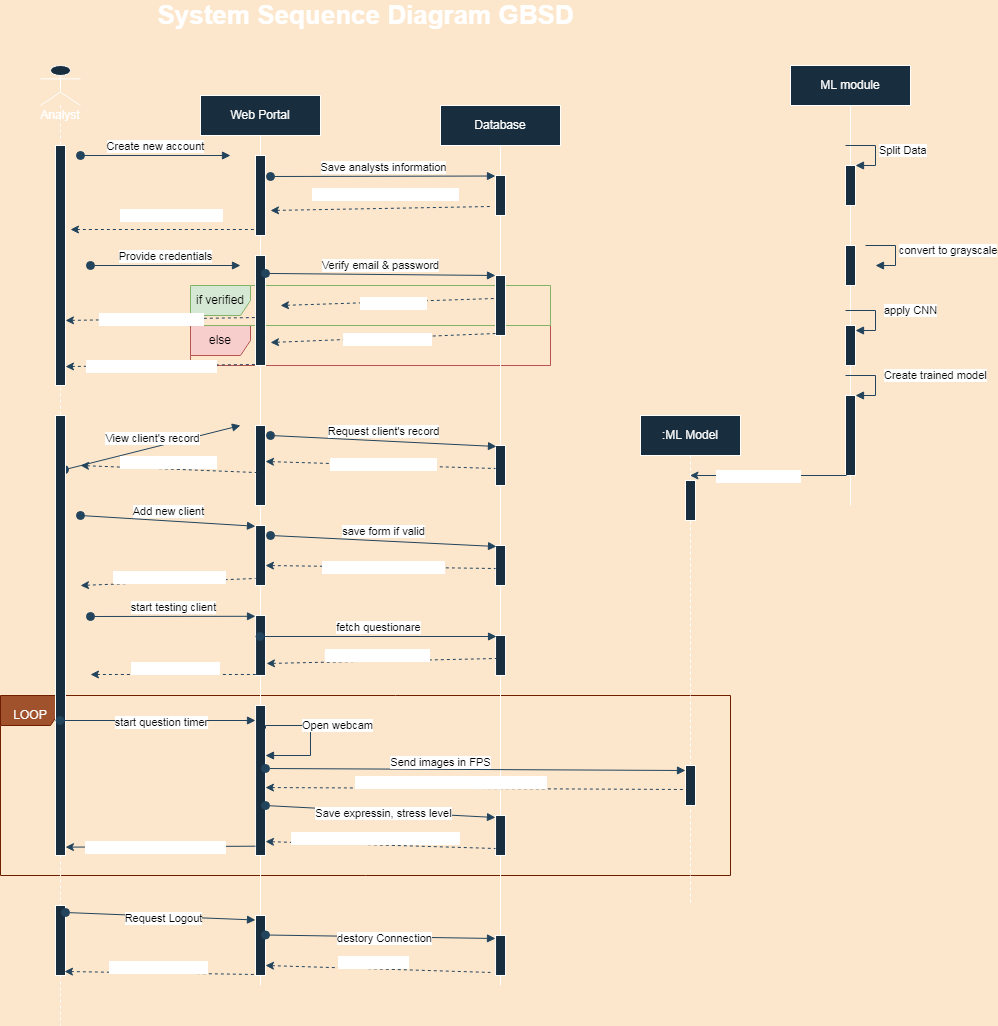
Above: system_sequence_GBSD.drawio.png in mabdulrafea101/sohaib_fyp_docs (draw.io), before the change. Source tidied: cells renumbered, new cells last; positions are measured from the earlier drawing's top-left corner, leaving out a move shared by most shapes.
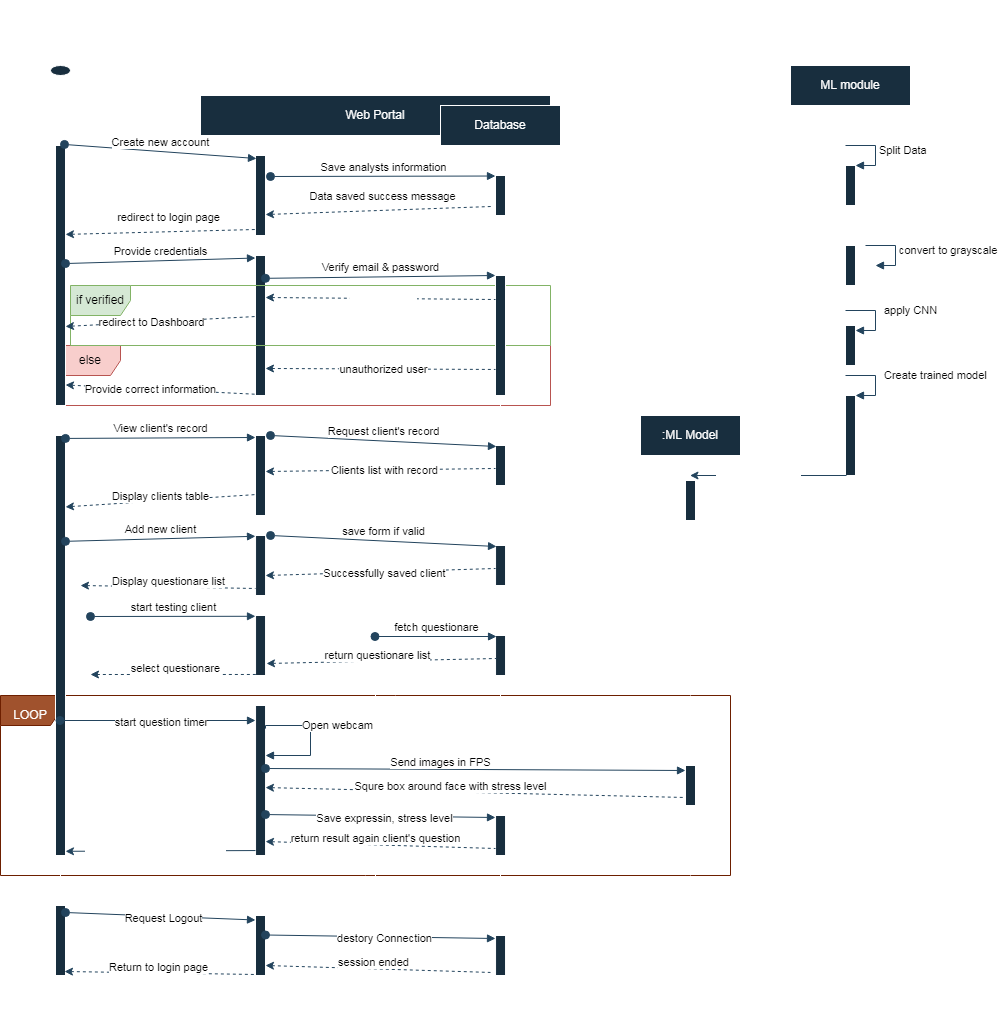
After the change.

Change to the diagram source:
```diff
@@ -7,10 +7,4 @@
     </mxCell>
-    <mxCell id="3" value="else" style="shape=umlFrame;whiteSpace=wrap;html=1;rounded=0;sketch=0;strokeColor=#b85450;fillColor=#f8cecc;" parent="1" vertex="1">
-      <mxGeometry x="190" y="320" width="360" height="40" as="geometry" />
-    </mxCell>
-    <mxCell id="4" value="if verified" style="shape=umlFrame;whiteSpace=wrap;html=1;rounded=0;sketch=0;strokeColor=#82b366;fillColor=#d5e8d4;" parent="1" vertex="1">
-      <mxGeometry x="190" y="280" width="360" height="40" as="geometry" />
-    </mxCell>
     <mxCell id="5" value="Web Portal" style="shape=umlLifeline;perimeter=lifelinePerimeter;whiteSpace=wrap;html=1;outlineConnect=0;lifelineDashed=0;fillColor=#182E3E;strokeColor=#FFFFFF;fontColor=#FFFFFF;" parent="1" vertex="1">
-      <mxGeometry x="200" y="90" width="120" height="890" as="geometry" />
+      <mxGeometry x="200" y="90" width="350" height="890" as="geometry" />
     </mxCell>
@@ -20,14 +14,9 @@
     <mxCell id="7" style="html=1;points=[];perimeter=orthogonalPerimeter;rounded=0;sketch=0;fontColor=#FFFFFF;strokeColor=#FFFFFF;fillColor=#182E3E;" parent="5" vertex="1">
-      <mxGeometry x="55" y="160" width="10" height="110" as="geometry" />
+      <mxGeometry x="55" y="160" width="10" height="140" as="geometry" />
     </mxCell>
     <mxCell id="8" style="html=1;points=[];perimeter=orthogonalPerimeter;rounded=0;sketch=0;fontColor=#FFFFFF;strokeColor=#FFFFFF;fillColor=#182E3E;" parent="5" vertex="1">
-      <mxGeometry x="55" y="330" width="10" height="80" as="geometry" />
+      <mxGeometry x="55" y="340" width="10" height="80" as="geometry" />
     </mxCell>
-    <mxCell id="9" value="View client's record" style="html=1;verticalAlign=bottom;startArrow=oval;startFill=1;endArrow=block;startSize=8;rounded=1;sketch=0;strokeColor=#23445D;curved=0;exitX=0.6;exitY=0.421;exitDx=0;exitDy=0;exitPerimeter=0;" parent="5" edge="1" source="15">
-      <mxGeometry relative="1" as="geometry">
-        <mxPoint x="40" y="330" as="targetPoint" />
-      </mxGeometry>
-    </mxCell>
     <mxCell id="10" style="html=1;points=[];perimeter=orthogonalPerimeter;rounded=0;sketch=0;fontColor=#FFFFFF;strokeColor=#FFFFFF;fillColor=#182E3E;" parent="5" vertex="1">
-      <mxGeometry x="55" y="430" width="10" height="60" as="geometry" />
+      <mxGeometry x="55" y="440" width="10" height="60" as="geometry" />
     </mxCell>
@@ -52,2 +41,8 @@
     </mxCell>
+    <mxCell id="3" value="else" style="shape=umlFrame;whiteSpace=wrap;html=1;rounded=0;sketch=0;strokeColor=#b85450;fillColor=#f8cecc;" parent="5" vertex="1">
+      <mxGeometry x="-140" y="250" width="490" height="60" as="geometry" />
+    </mxCell>
+    <mxCell id="4" value="if verified" style="shape=umlFrame;whiteSpace=wrap;html=1;rounded=0;sketch=0;strokeColor=#82b366;fillColor=#d5e8d4;" parent="5" vertex="1">
+      <mxGeometry x="-130" y="190" width="480" height="60" as="geometry" />
+    </mxCell>
     <mxCell id="15" value="Analyst" style="shape=umlLifeline;participant=umlActor;perimeter=lifelinePerimeter;whiteSpace=wrap;html=1;verticalAlign=top;spacingTop=36;outlineConnect=0;rounded=0;sketch=0;fontColor=#FFFFFF;strokeColor=#FFFFFF;fillColor=#182E3E;" parent="1" vertex="1">
@@ -56,6 +51,6 @@
     <mxCell id="16" style="html=1;points=[];perimeter=orthogonalPerimeter;rounded=0;sketch=0;fontColor=#FFFFFF;strokeColor=#FFFFFF;fillColor=#182E3E;" parent="15" vertex="1">
-      <mxGeometry x="15" y="80" width="10" height="240" as="geometry" />
+      <mxGeometry x="15" y="80" width="10" height="260" as="geometry" />
     </mxCell>
     <mxCell id="17" style="html=1;points=[];perimeter=orthogonalPerimeter;rounded=0;sketch=0;fontColor=#FFFFFF;strokeColor=#FFFFFF;fillColor=#182E3E;" parent="15" vertex="1">
-      <mxGeometry x="15" y="350" width="10" height="440" as="geometry" />
+      <mxGeometry x="15" y="370" width="10" height="420" as="geometry" />
     </mxCell>
@@ -105,14 +100,4 @@
     <mxCell id="28" style="html=1;points=[];perimeter=orthogonalPerimeter;rounded=0;sketch=0;fontColor=#FFFFFF;strokeColor=#FFFFFF;fillColor=#182E3E;" parent="26" vertex="1">
-      <mxGeometry x="55" y="170" width="10" height="60" as="geometry" />
+      <mxGeometry x="55" y="170" width="10" height="120" as="geometry" />
     </mxCell>
-    <mxCell id="29" style="endArrow=none;dashed=1;html=1;rounded=1;sketch=0;strokeColor=#23445D;curved=0;startArrow=classic;startFill=1;entryX=0;entryY=0.383;entryDx=0;entryDy=0;entryPerimeter=0;" parent="26" edge="1" target="28">
-      <mxGeometry relative="1" as="geometry">
-        <mxPoint x="-160" y="200" as="sourcePoint" />
-      </mxGeometry>
-    </mxCell>
-    <mxCell id="30" value="authenticated" style="edgeLabel;html=1;align=center;verticalAlign=middle;fontColor=#FFFFFF;" parent="29" vertex="1">
-      <mxGeometry x="-0.2" y="-4" relative="1" as="geometry">
-        <mxPoint x="26" y="-4" as="offset" />
-      </mxGeometry>
-    </mxCell>
     <mxCell id="31" style="html=1;points=[];perimeter=orthogonalPerimeter;rounded=0;sketch=0;fontColor=#FFFFFF;strokeColor=#FFFFFF;fillColor=#182E3E;" parent="26" vertex="1">
@@ -137,3 +122,3 @@
     </mxCell>
-    <mxCell id="37" value="session ended" style="edgeLabel;html=1;align=center;verticalAlign=middle;fontColor=#FFFFFF;" parent="36" vertex="1">
+    <mxCell id="37" value="session ended" style="edgeLabel;html=1;align=center;verticalAlign=middle;fontColor=#000000;" parent="36" vertex="1">
       <mxGeometry x="-0.2" y="-4" relative="1" as="geometry">
@@ -142,7 +127,4 @@
     </mxCell>
-    <mxCell id="38" value="Create new account" style="html=1;verticalAlign=bottom;startArrow=oval;startFill=1;endArrow=block;startSize=8;rounded=1;sketch=0;strokeColor=#23445D;curved=0;" parent="1" edge="1">
-      <mxGeometry relative="1" as="geometry">
-        <mxPoint x="80" y="150" as="sourcePoint" />
-        <mxPoint x="230" y="150" as="targetPoint" />
-      </mxGeometry>
+    <mxCell id="38" value="Create new account" style="html=1;verticalAlign=bottom;startArrow=oval;startFill=1;endArrow=block;startSize=8;rounded=1;sketch=0;strokeColor=#23445D;curved=0;exitX=0.9;exitY=-0.004;exitDx=0;exitDy=0;exitPerimeter=0;entryX=0.1;entryY=0.038;entryDx=0;entryDy=0;entryPerimeter=0;" parent="1" edge="1" source="16" target="6">
+      <mxGeometry relative="1" as="geometry" />
     </mxCell>
@@ -153,8 +135,6 @@
     </mxCell>
-    <mxCell id="40" style="endArrow=none;dashed=1;html=1;rounded=1;sketch=0;strokeColor=#23445D;curved=0;startArrow=classic;startFill=1;entryX=-0.4;entryY=0.775;entryDx=0;entryDy=0;entryPerimeter=0;" parent="1" edge="1" target="27">
-      <mxGeometry relative="1" as="geometry">
-        <mxPoint x="270" y="205" as="sourcePoint" />
-      </mxGeometry>
+    <mxCell id="40" style="endArrow=none;dashed=1;html=1;rounded=1;sketch=0;strokeColor=#23445D;curved=0;startArrow=classic;startFill=1;entryX=-0.4;entryY=0.775;entryDx=0;entryDy=0;entryPerimeter=0;exitX=1;exitY=0.738;exitDx=0;exitDy=0;exitPerimeter=0;" parent="1" edge="1" source="6" target="27">
+      <mxGeometry relative="1" as="geometry" />
     </mxCell>
-    <mxCell id="41" value="Data saved success message" style="edgeLabel;html=1;align=center;verticalAlign=middle;fontColor=#FFFFFF;" parent="40" vertex="1">
+    <mxCell id="41" value="Data saved success message" style="edgeLabel;html=1;align=center;verticalAlign=middle;fontColor=#000000;" parent="40" vertex="1">
       <mxGeometry x="-0.2" y="-4" relative="1" as="geometry">
@@ -163,8 +143,6 @@
     </mxCell>
-    <mxCell id="42" style="endArrow=none;dashed=1;html=1;rounded=1;sketch=0;strokeColor=#23445D;curved=0;startArrow=classic;startFill=1;entryX=0;entryY=0.925;entryDx=0;entryDy=0;entryPerimeter=0;" parent="1" edge="1" target="6">
-      <mxGeometry relative="1" as="geometry">
-        <mxPoint x="70" y="224" as="sourcePoint" />
-      </mxGeometry>
+    <mxCell id="42" style="endArrow=none;dashed=1;html=1;rounded=1;sketch=0;strokeColor=#23445D;curved=0;startArrow=classic;startFill=1;entryX=0;entryY=0.925;entryDx=0;entryDy=0;entryPerimeter=0;exitX=1;exitY=0.342;exitDx=0;exitDy=0;exitPerimeter=0;" parent="1" edge="1" source="16" target="6">
+      <mxGeometry relative="1" as="geometry" />
     </mxCell>
-    <mxCell id="43" value="redirect to login page" style="edgeLabel;html=1;align=center;verticalAlign=middle;fontColor=#FFFFFF;" parent="42" vertex="1">
+    <mxCell id="43" value="redirect to login page" style="edgeLabel;html=1;align=center;verticalAlign=middle;fontColor=#000000;" parent="42" vertex="1">
       <mxGeometry x="-0.2" y="-4" relative="1" as="geometry">
@@ -173,7 +151,4 @@
     </mxCell>
-    <mxCell id="44" value="Provide credentials" style="html=1;verticalAlign=bottom;startArrow=oval;startFill=1;endArrow=block;startSize=8;rounded=1;sketch=0;strokeColor=#23445D;curved=0;" parent="1" edge="1">
-      <mxGeometry relative="1" as="geometry">
-        <mxPoint x="90" y="260" as="sourcePoint" />
-        <mxPoint x="240" y="260" as="targetPoint" />
-      </mxGeometry>
+    <mxCell id="44" value="Provide credentials" style="html=1;verticalAlign=bottom;startArrow=oval;startFill=1;endArrow=block;startSize=8;rounded=1;sketch=0;strokeColor=#23445D;curved=0;exitX=1;exitY=0.454;exitDx=0;exitDy=0;exitPerimeter=0;entryX=0;entryY=0.018;entryDx=0;entryDy=0;entryPerimeter=0;" parent="1" edge="1" source="16" target="7">
+      <mxGeometry relative="1" as="geometry" />
     </mxCell>
@@ -182,8 +157,6 @@
     </mxCell>
-    <mxCell id="46" style="endArrow=none;dashed=1;html=1;rounded=1;sketch=0;strokeColor=#23445D;curved=0;startArrow=classic;startFill=1;entryX=0;entryY=0.967;entryDx=0;entryDy=0;entryPerimeter=0;" parent="1" edge="1" target="28">
-      <mxGeometry relative="1" as="geometry">
-        <mxPoint x="270" y="337" as="sourcePoint" />
-      </mxGeometry>
+    <mxCell id="46" style="endArrow=none;dashed=1;html=1;rounded=1;sketch=0;strokeColor=#23445D;curved=0;startArrow=classic;startFill=1;entryX=0;entryY=0.783;entryDx=0;entryDy=0;entryPerimeter=0;exitX=1;exitY=0.807;exitDx=0;exitDy=0;exitPerimeter=0;" parent="1" edge="1" source="7" target="28">
+      <mxGeometry relative="1" as="geometry" />
     </mxCell>
-    <mxCell id="47" value="unauthorized user" style="edgeLabel;html=1;align=center;verticalAlign=middle;fontColor=#FFFFFF;" parent="46" vertex="1">
+    <mxCell id="47" value="unauthorized user" style="edgeLabel;html=1;align=center;verticalAlign=middle;fontColor=#000000;" parent="46" vertex="1">
       <mxGeometry x="-0.2" y="-4" relative="1" as="geometry">
@@ -192,6 +165,6 @@
     </mxCell>
-    <mxCell id="48" style="endArrow=none;dashed=1;html=1;rounded=1;sketch=0;strokeColor=#23445D;curved=0;startArrow=classic;startFill=1;entryX=0;entryY=0.564;entryDx=0;entryDy=0;entryPerimeter=0;exitX=1;exitY=0.729;exitDx=0;exitDy=0;exitPerimeter=0;" parent="1" edge="1" source="16" target="7">
+    <mxCell id="48" style="endArrow=none;dashed=1;html=1;rounded=1;sketch=0;strokeColor=#23445D;curved=0;startArrow=classic;startFill=1;entryX=0;entryY=0.436;entryDx=0;entryDy=0;entryPerimeter=0;exitX=1;exitY=0.696;exitDx=0;exitDy=0;exitPerimeter=0;" parent="1" edge="1" source="16" target="7">
       <mxGeometry relative="1" as="geometry" />
     </mxCell>
-    <mxCell id="49" value="redirect to Dashboard" style="edgeLabel;html=1;align=center;verticalAlign=middle;fontColor=#FFFFFF;" parent="48" vertex="1">
+    <mxCell id="49" value="redirect to Dashboard" style="edgeLabel;html=1;align=center;verticalAlign=middle;fontColor=#000000;" parent="48" vertex="1">
       <mxGeometry x="-0.2" y="-4" relative="1" as="geometry">
@@ -203,3 +176,3 @@
     </mxCell>
-    <mxCell id="51" value="Provide correct information" style="edgeLabel;html=1;align=center;verticalAlign=middle;fontColor=#FFFFFF;" parent="50" vertex="1">
+    <mxCell id="51" value="Provide correct information" style="edgeLabel;html=1;align=center;verticalAlign=middle;fontColor=#000000;" parent="50" vertex="1">
       <mxGeometry x="-0.2" y="-4" relative="1" as="geometry">
@@ -242,3 +215,3 @@
     </mxCell>
-    <mxCell id="60" value="Clients list with record" style="edgeLabel;html=1;align=center;verticalAlign=middle;fontColor=#FFFFFF;" parent="59" vertex="1">
+    <mxCell id="60" value="Clients list with record" style="edgeLabel;html=1;align=center;verticalAlign=middle;fontColor=#000000;" parent="59" vertex="1">
       <mxGeometry x="-0.2" y="-4" relative="1" as="geometry">
@@ -247,8 +220,6 @@
     </mxCell>
-    <mxCell id="61" style="endArrow=none;dashed=1;html=1;rounded=1;sketch=0;strokeColor=#23445D;curved=0;startArrow=classic;startFill=1;entryX=0.1;entryY=0.588;entryDx=0;entryDy=0;entryPerimeter=0;" parent="1" edge="1" target="8">
-      <mxGeometry relative="1" as="geometry">
-        <mxPoint x="80" y="460" as="sourcePoint" />
-      </mxGeometry>
+    <mxCell id="61" style="endArrow=none;dashed=1;html=1;rounded=1;sketch=0;strokeColor=#23445D;curved=0;startArrow=classic;startFill=1;entryX=0.1;entryY=0.738;entryDx=0;entryDy=0;entryPerimeter=0;exitX=1;exitY=0.17;exitDx=0;exitDy=0;exitPerimeter=0;" parent="1" edge="1" source="17" target="8">
+      <mxGeometry relative="1" as="geometry" />
     </mxCell>
-    <mxCell id="62" value="Display clients table" style="edgeLabel;html=1;align=center;verticalAlign=middle;fontColor=#FFFFFF;" parent="61" vertex="1">
+    <mxCell id="62" value="Display clients table" style="edgeLabel;html=1;align=center;verticalAlign=middle;fontColor=#000000;" parent="61" vertex="1">
       <mxGeometry x="-0.2" y="-4" relative="1" as="geometry">
@@ -265,3 +236,3 @@
     </mxCell>
-    <mxCell id="65" value="Successfully saved client" style="edgeLabel;html=1;align=center;verticalAlign=middle;fontColor=#FFFFFF;" parent="64" vertex="1">
+    <mxCell id="65" value="Successfully saved client" style="edgeLabel;html=1;align=center;verticalAlign=middle;fontColor=#000000;" parent="64" vertex="1">
       <mxGeometry x="-0.2" y="-4" relative="1" as="geometry">
@@ -273,6 +244,4 @@
     </mxCell>
-    <mxCell id="67" value="Add new client" style="html=1;verticalAlign=bottom;startArrow=oval;startFill=1;endArrow=block;startSize=8;rounded=1;sketch=0;strokeColor=#23445D;curved=0;exitX=0.6;exitY=0.421;exitDx=0;exitDy=0;exitPerimeter=0;entryX=-0.005;entryY=0.013;entryDx=0;entryDy=0;entryPerimeter=0;" parent="1" edge="1" target="10">
-      <mxGeometry relative="1" as="geometry">
-        <mxPoint x="80" y="510" as="sourcePoint" />
-      </mxGeometry>
+    <mxCell id="67" value="Add new client" style="html=1;verticalAlign=bottom;startArrow=oval;startFill=1;endArrow=block;startSize=8;rounded=1;sketch=0;strokeColor=#23445D;curved=0;exitX=1;exitY=0.252;exitDx=0;exitDy=0;exitPerimeter=0;entryX=-0.005;entryY=0.013;entryDx=0;entryDy=0;entryPerimeter=0;" parent="1" edge="1" source="17" target="10">
+      <mxGeometry relative="1" as="geometry" />
     </mxCell>
@@ -283,3 +252,3 @@
     </mxCell>
-    <mxCell id="69" value="Display questionare list" style="edgeLabel;html=1;align=center;verticalAlign=middle;fontColor=#FFFFFF;" parent="68" vertex="1">
+    <mxCell id="69" value="Display questionare list" style="edgeLabel;html=1;align=center;verticalAlign=middle;fontColor=#000000;" parent="68" vertex="1">
       <mxGeometry x="-0.2" y="-4" relative="1" as="geometry">
@@ -288,3 +257,3 @@
     </mxCell>
-    <mxCell id="70" value="fetch questionare" style="html=1;verticalAlign=bottom;startArrow=oval;startFill=1;endArrow=block;startSize=8;rounded=1;sketch=0;strokeColor=#23445D;curved=0;entryX=0.1;entryY=0.025;entryDx=0;entryDy=0;entryPerimeter=0;" parent="1" edge="1" source="5" target="33">
+    <mxCell id="70" value="fetch questionare" style="html=1;verticalAlign=bottom;startArrow=oval;startFill=1;endArrow=block;startSize=8;rounded=1;sketch=0;strokeColor=#23445D;curved=0;entryX=0.1;entryY=0.025;entryDx=0;entryDy=0;entryPerimeter=0;fontColor=#000000;" parent="1" edge="1" source="5" target="33">
       <mxGeometry relative="1" as="geometry" />
@@ -304,3 +273,3 @@
     </mxCell>
-    <mxCell id="74" value="return questionare list" style="edgeLabel;html=1;align=center;verticalAlign=middle;fontColor=#FFFFFF;" parent="73" vertex="1">
+    <mxCell id="74" value="return questionare list" style="edgeLabel;html=1;align=center;verticalAlign=middle;fontColor=#000000;" parent="73" vertex="1">
       <mxGeometry x="-0.2" y="-4" relative="1" as="geometry">
@@ -314,3 +283,3 @@
     </mxCell>
-    <mxCell id="76" value="select questionare" style="edgeLabel;html=1;align=center;verticalAlign=middle;fontColor=#FFFFFF;" parent="75" vertex="1">
+    <mxCell id="76" value="select questionare" style="edgeLabel;html=1;align=center;verticalAlign=middle;fontColor=#000000;" parent="75" vertex="1">
       <mxGeometry x="-0.2" y="-4" relative="1" as="geometry">
@@ -332,6 +301,6 @@
     </mxCell>
-    <mxCell id="79" style="endArrow=none;dashed=1;html=1;rounded=1;sketch=0;strokeColor=#23445D;curved=0;startArrow=classic;startFill=1;entryX=0;entryY=0.6;entryDx=0;entryDy=0;entryPerimeter=0;exitX=0.995;exitY=0.547;exitDx=0;exitDy=0;exitPerimeter=0;" parent="1" edge="1" source="12" target="55">
+    <mxCell id="79" style="endArrow=none;dashed=1;html=1;rounded=1;sketch=0;strokeColor=#23445D;curved=0;startArrow=classic;startFill=1;entryX=0;entryY=0.8;entryDx=0;entryDy=0;entryPerimeter=0;exitX=0.995;exitY=0.547;exitDx=0;exitDy=0;exitPerimeter=0;" parent="1" edge="1" source="12" target="55">
       <mxGeometry relative="1" as="geometry" />
     </mxCell>
-    <mxCell id="80" value="Squre box around face with stress level" style="edgeLabel;html=1;align=center;verticalAlign=middle;fontColor=#FFFFFF;" parent="79" vertex="1">
+    <mxCell id="80" value="Squre box around face with stress level" style="edgeLabel;html=1;align=center;verticalAlign=middle;fontColor=#000000;" parent="79" vertex="1">
       <mxGeometry x="-0.2" y="-4" relative="1" as="geometry">
@@ -340,3 +309,3 @@
     </mxCell>
-    <mxCell id="81" value="Save expressin, stress level" style="html=1;verticalAlign=bottom;startArrow=oval;startFill=1;endArrow=block;startSize=8;rounded=1;sketch=0;strokeColor=#23445D;curved=0;entryX=-0.005;entryY=0.05;entryDx=0;entryDy=0;entryPerimeter=0;exitX=0.995;exitY=0.667;exitDx=0;exitDy=0;exitPerimeter=0;" parent="1" edge="1" source="12" target="34">
+    <mxCell id="81" value="Save expressin, stress level" style="html=1;verticalAlign=bottom;startArrow=oval;startFill=1;endArrow=block;startSize=8;rounded=1;sketch=0;strokeColor=#23445D;curved=0;entryX=-0.005;entryY=0.05;entryDx=0;entryDy=0;entryPerimeter=0;exitX=0.995;exitY=0.727;exitDx=0;exitDy=0;exitPerimeter=0;" parent="1" edge="1" source="12" target="34">
       <mxGeometry x="0.03" y="-11" relative="1" as="geometry">
@@ -345,3 +314,3 @@
     </mxCell>
-    <mxCell id="82" style="endArrow=none;html=1;rounded=1;sketch=0;strokeColor=#23445D;elbow=vertical;startArrow=classic;startFill=1;entryX=-0.005;entryY=0.938;entryDx=0;entryDy=0;entryPerimeter=0;exitX=1;exitY=0.981;exitDx=0;exitDy=0;exitPerimeter=0;" parent="1" edge="1" source="17" target="12">
+    <mxCell id="82" style="endArrow=none;html=1;rounded=1;sketch=0;strokeColor=#23445D;elbow=vertical;startArrow=classic;startFill=1;entryX=-0.005;entryY=0.967;entryDx=0;entryDy=0;entryPerimeter=0;exitX=1;exitY=0.99;exitDx=0;exitDy=0;exitPerimeter=0;" parent="1" edge="1" source="17" target="12">
       <mxGeometry relative="1" as="geometry" />
@@ -356,3 +325,3 @@
     </mxCell>
-    <mxCell id="85" value="return result again client's question" style="edgeLabel;html=1;align=center;verticalAlign=middle;fontColor=#FFFFFF;" parent="84" vertex="1">
+    <mxCell id="85" value="return result again client's question" style="edgeLabel;html=1;align=center;verticalAlign=middle;fontColor=#000000;" parent="84" vertex="1">
       <mxGeometry x="-0.2" y="-4" relative="1" as="geometry">
@@ -374,3 +343,3 @@
     </mxCell>
-    <mxCell id="89" value="Return to login page" style="edgeLabel;html=1;align=center;verticalAlign=middle;fontColor=#FFFFFF;" parent="88" vertex="1">
+    <mxCell id="89" value="Return to login page" style="edgeLabel;html=1;align=center;verticalAlign=middle;fontColor=#000000;" parent="88" vertex="1">
       <mxGeometry x="-0.2" y="-4" relative="1" as="geometry">
@@ -379,2 +348,13 @@
     </mxCell>
+    <mxCell id="9" value="View client's record" style="html=1;verticalAlign=bottom;startArrow=oval;startFill=1;endArrow=block;startSize=8;rounded=1;sketch=0;strokeColor=#23445D;curved=0;exitX=1;exitY=0.007;exitDx=0;exitDy=0;exitPerimeter=0;entryX=0;entryY=0.025;entryDx=0;entryDy=0;entryPerimeter=0;" parent="1" edge="1" source="17" target="8">
+      <mxGeometry relative="1" as="geometry" />
+    </mxCell>
+    <mxCell id="29" style="endArrow=none;dashed=1;html=1;rounded=1;sketch=0;strokeColor=#23445D;curved=0;startArrow=classic;startFill=1;entryX=0;entryY=0.2;entryDx=0;entryDy=0;entryPerimeter=0;exitX=1;exitY=0.3;exitDx=0;exitDy=0;exitPerimeter=0;" parent="1" edge="1" source="7" target="28">
+      <mxGeometry relative="1" as="geometry" />
+    </mxCell>
+    <mxCell id="30" value="authenticated" style="edgeLabel;html=1;align=center;verticalAlign=middle;fontColor=#FFFFFF;" parent="29" vertex="1">
+      <mxGeometry x="-0.2" y="-4" relative="1" as="geometry">
+        <mxPoint x="26" y="-4" as="offset" />
+      </mxGeometry>
+    </mxCell>
   </root>
```
